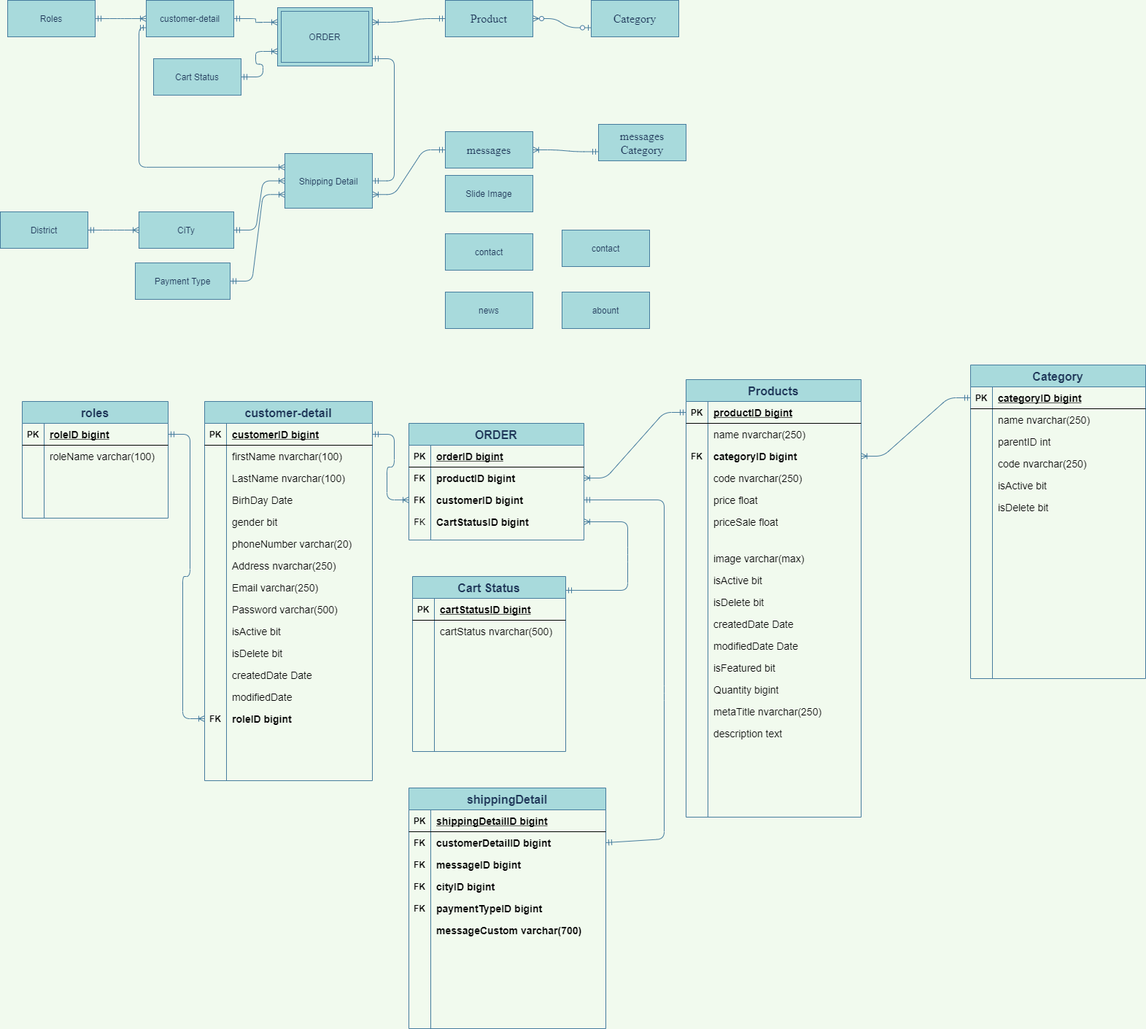
Earlier version of the draw.io export Untitled Diagram.png (maialino123/Eproject-SEM3). Source tidied: cells renumbered, new cells last; positions are measured from the earlier drawing's top-left corner, leaving out a move shared by most shapes.
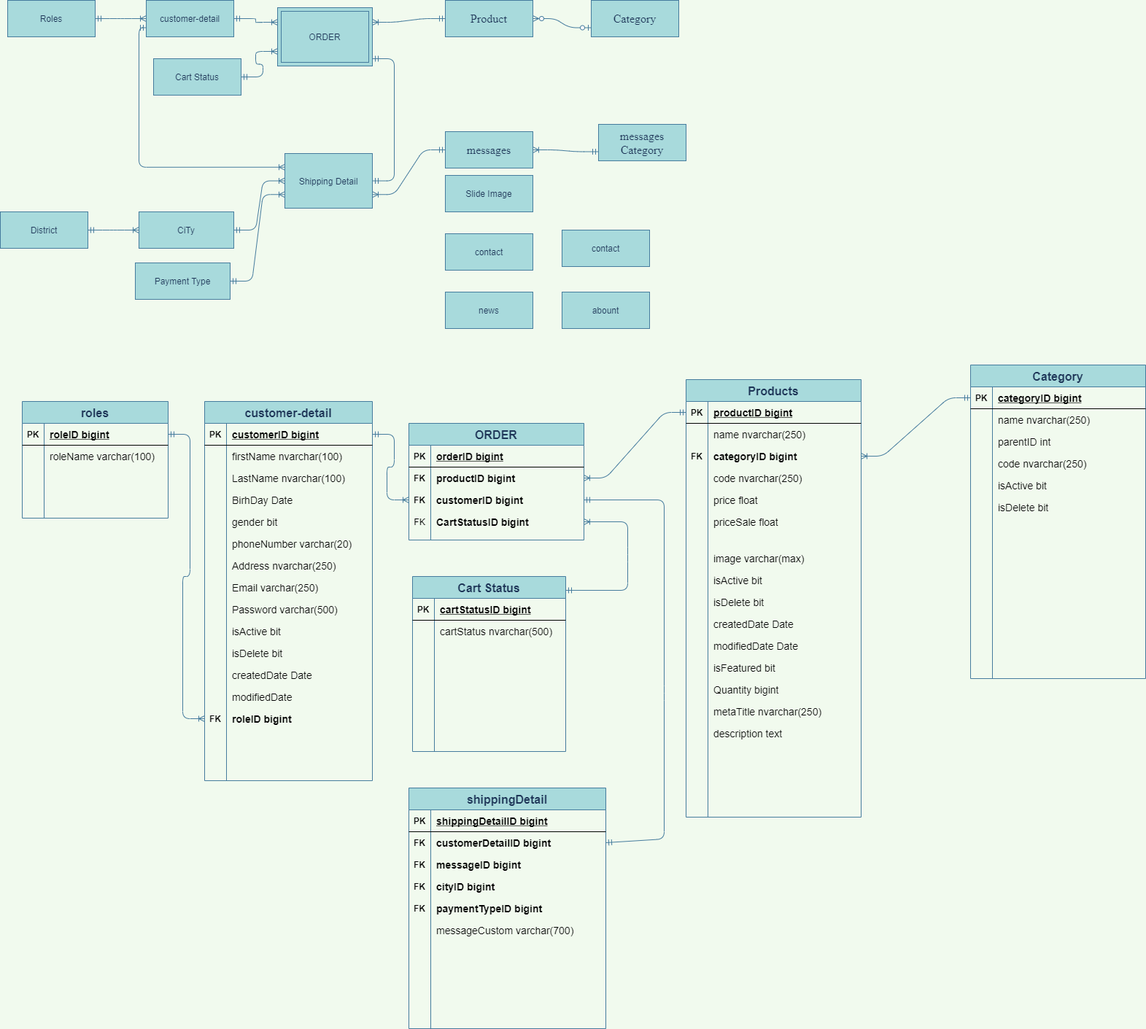
Later version of the same file.

What changed in the source:
```diff
@@ -649,7 +649,7 @@
     <mxCell id="214" style="shape=partialRectangle;fillColor=none;top=0;left=0;bottom=0;right=0;overflow=hidden;fontStyle=1;" parent="213" vertex="1">
       <mxGeometry width="30" height="30" as="geometry" />
     </mxCell>
-    <mxCell id="215" value="messageCustom varchar(700)" style="shape=partialRectangle;fillColor=none;top=0;left=0;bottom=0;right=0;align=left;spacingLeft=6;overflow=hidden;fontSize=14;fontStyle=1;" parent="213" vertex="1">
+    <mxCell id="215" value="messageCustom varchar(700)" style="shape=partialRectangle;fillColor=none;top=0;left=0;bottom=0;right=0;align=left;spacingLeft=6;overflow=hidden;fontSize=14;fontStyle=0;" parent="213" vertex="1">
       <mxGeometry x="30" width="240" height="30" as="geometry" />
     </mxCell>
     <mxCell id="216" style="shape=partialRectangle;fillColor=none;top=0;left=0;bottom=0;right=0;" parent="197" vertex="1">
```
